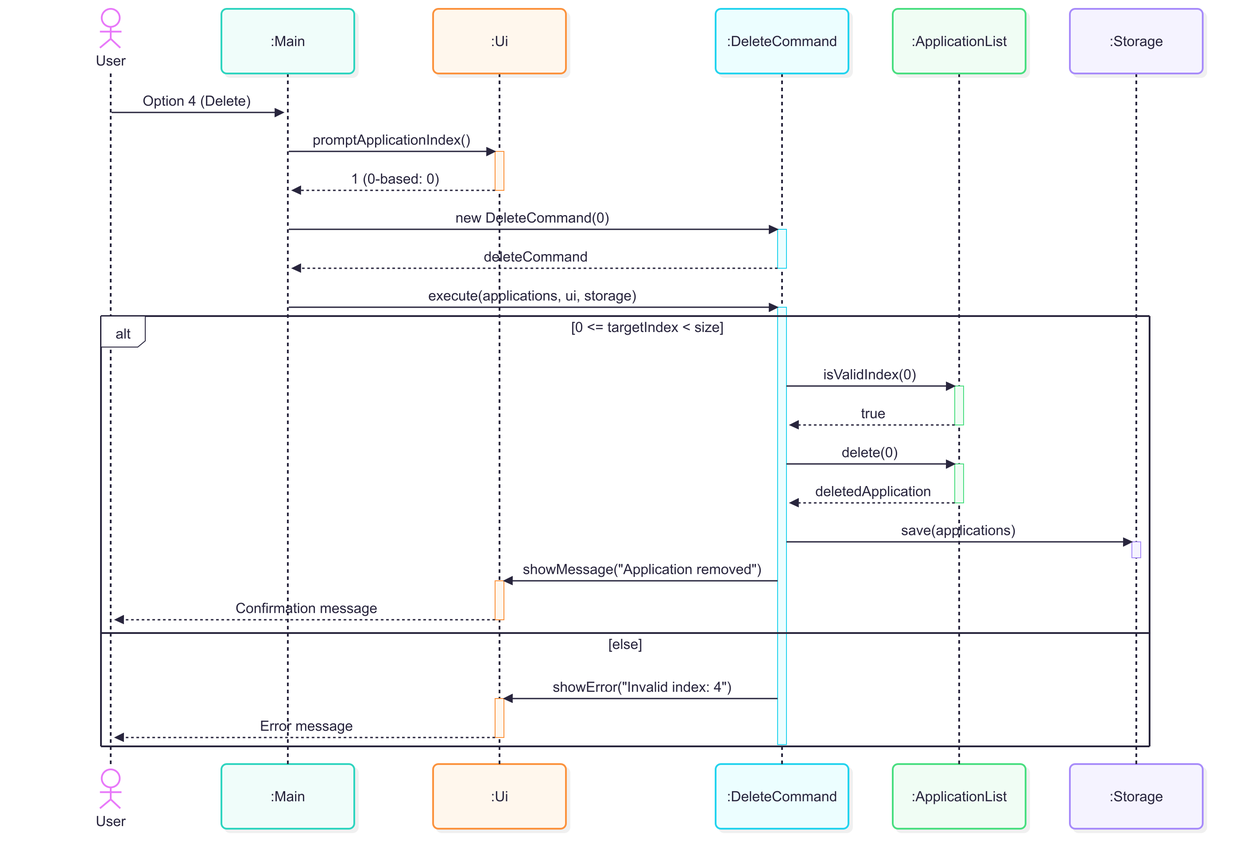
This is docs/diagrams/delete-application-sequence.png from AY2627S1-CS2113-T10-2/tp, a Mermaid export, as it was before one commit. Its source is kept beside it as docs/diagrams/sources/delete-application-sequence.mmd.
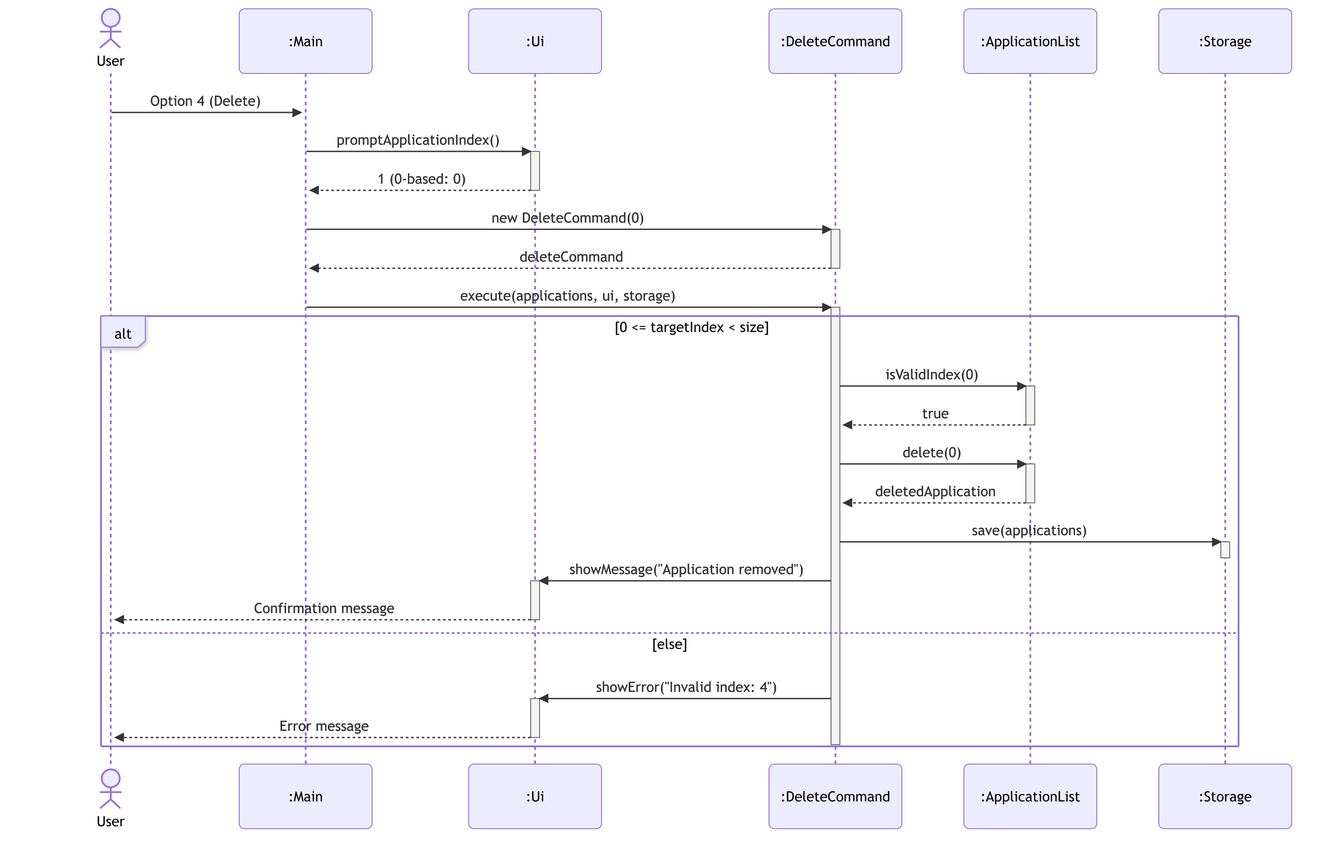
The same file after the commit.

Diff of the diagram source:
```diff
@@ -1,3 +1,4 @@
+%%{init: {'theme': 'default', 'sequence': {'actorMargin': 70, 'messageMargin': 45}}}%%
 sequenceDiagram
     actor user as User
     participant main as :Main
```
